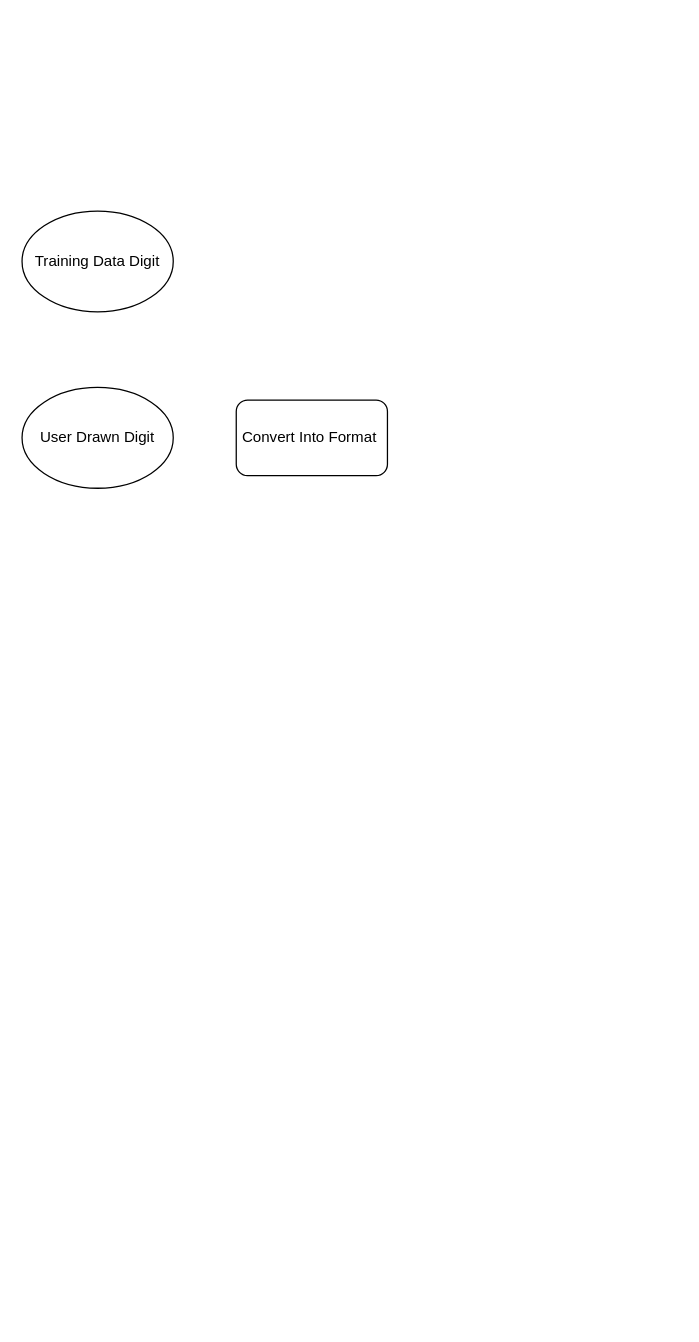
This is Untitled Diagram.drawio from MyutVoilim/Digit_Recognizer, a draw.io file, before an edit. Source tidied: cells renumbered, new cells numbered last; positions are measured from the earlier drawing's top-left corner, leaving out a move shared by most shapes. Both pictures are drawn from the tidied source at 126%, with x=0, y=0 at pixel (21, 210).
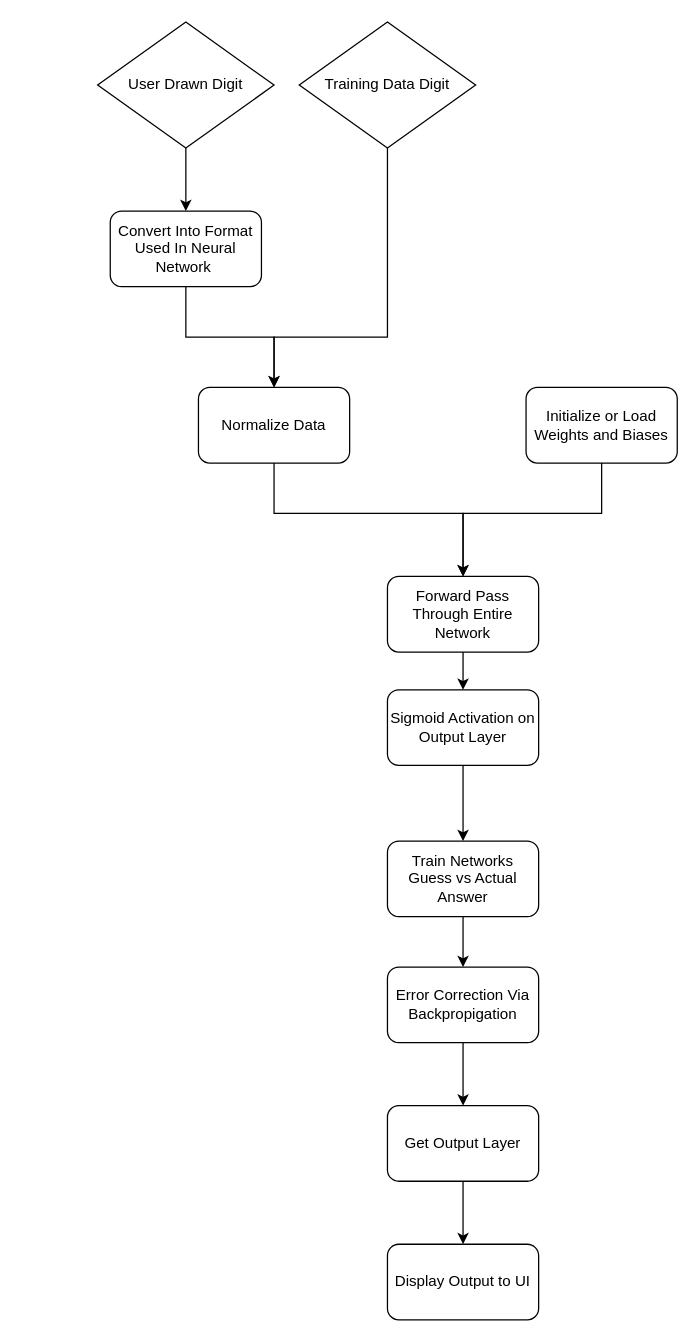
The same diagram, later.

Commit message:
Data Journey Diagram.drawio

Change to the diagram source:
```diff
@@
+    <mxCell id="4" value="Convert Into Format Used In Neural Network&amp;nbsp;" style="rounded=1;whiteSpace=wrap;html=1;" parent="1" vertex="1">
+      <mxGeometry x="70" width="120" height="60" as="geometry" />
+    </mxCell>
+    <mxCell id="3" value="User Drawn Digit" style="rhombus;whiteSpace=wrap;html=1;" parent="1" vertex="1">
+      <mxGeometry x="60" y="-150" width="140" height="100" as="geometry" />
+    </mxCell>
+    <mxCell id="5" style="edgeStyle=orthogonalEdgeStyle;rounded=0;jettySize=auto;html=1;" parent="1" edge="1" source="2" target="7">
+      <mxGeometry relative="1" as="geometry">
+        <Array as="points">
+          <mxPoint x="290" y="100" />
+          <mxPoint x="200" y="100" />
+        </Array>
+      </mxGeometry>
+    </mxCell>
-    <mxCell id="2" value="Training Data Digit" style="ellipse;whiteSpace=wrap;html=1;" parent="1" vertex="1">
-      <mxGeometry width="120" height="80" as="geometry" />
+    <mxCell id="2" value="Training Data Digit" style="rhombus;whiteSpace=wrap;html=1;" parent="1" vertex="1">
+      <mxGeometry x="220" y="-150" width="140" height="100" as="geometry" />
     </mxCell>
-    <mxCell id="3" value="User Drawn Digit" style="ellipse;whiteSpace=wrap;html=1;" parent="1" vertex="1">
-      <mxGeometry y="140" width="120" height="80" as="geometry" />
-    </mxCell>
-    <mxCell id="4" value="Convert Into Format&amp;nbsp;" style="rounded=1;whiteSpace=wrap;html=1;" parent="1" vertex="1">
-      <mxGeometry x="170" y="150" width="120" height="60" as="geometry" />
-    </mxCell>
+    <mxCell id="6" style="edgeStyle=orthogonalEdgeStyle;rounded=0;jettySize=auto;html=1;" parent="1" edge="1" source="7" target="9">
+      <mxGeometry relative="1" as="geometry">
+        <Array as="points">
+          <mxPoint x="200" y="240" />
+          <mxPoint x="350" y="240" />
+        </Array>
+      </mxGeometry>
+    </mxCell>
+    <mxCell id="7" value="Normalize Data" style="rounded=1;whiteSpace=wrap;html=1;" parent="1" vertex="1">
+      <mxGeometry x="140" y="140" width="120" height="60" as="geometry" />
+    </mxCell>
+    <mxCell id="8" style="edgeStyle=orthogonalEdgeStyle;rounded=0;jettySize=auto;html=1;" parent="1" edge="1" source="9" target="22">
+      <mxGeometry relative="1" as="geometry" />
+    </mxCell>
+    <mxCell id="9" value="Forward Pass Through Entire Network" style="whiteSpace=wrap;html=1;rounded=1;" parent="1" vertex="1">
+      <mxGeometry x="290" y="290" width="120" height="60" as="geometry" />
+    </mxCell>
+    <mxCell id="10" value="Initialize or Load Weights and Biases" style="rounded=1;whiteSpace=wrap;html=1;" parent="1" vertex="1">
+      <mxGeometry x="400" y="140" width="120" height="60" as="geometry" />
+    </mxCell>
+    <mxCell id="11" style="endArrow=classic;html=1;rounded=0;entryX=0.5;entryY=0;entryDx=0;entryDy=0;exitX=0.5;exitY=1;exitDx=0;exitDy=0;" parent="1" edge="1" source="10" target="9">
+      <mxGeometry relative="1" as="geometry">
+        <Array as="points">
+          <mxPoint x="460" y="240" />
+          <mxPoint x="350" y="240" />
+        </Array>
+      </mxGeometry>
+    </mxCell>
+    <mxCell id="12" value="Train Networks Guess vs Actual Answer" style="rounded=1;whiteSpace=wrap;html=1;" parent="1" vertex="1">
+      <mxGeometry x="290" y="500" width="120" height="60" as="geometry" />
+    </mxCell>
+    <mxCell id="13" value="Error Correction Via Backpropigation" style="rounded=1;whiteSpace=wrap;html=1;" parent="1" vertex="1">
+      <mxGeometry x="290" y="600" width="120" height="60" as="geometry" />
+    </mxCell>
+    <mxCell id="14" style="edgeStyle=orthogonalEdgeStyle;rounded=0;jettySize=auto;html=1;entryX=0.5;entryY=0;entryDx=0;entryDy=0;" parent="1" edge="1" source="15" target="16">
+      <mxGeometry relative="1" as="geometry" />
+    </mxCell>
+    <mxCell id="15" value="Get Output Layer" style="rounded=1;whiteSpace=wrap;html=1;" parent="1" vertex="1">
+      <mxGeometry x="290" y="710" width="120" height="60" as="geometry" />
+    </mxCell>
+    <mxCell id="16" value="Display Output to UI" style="rounded=1;whiteSpace=wrap;html=1;" parent="1" vertex="1">
+      <mxGeometry x="290" y="820" width="120" height="60" as="geometry" />
+    </mxCell>
+    <mxCell id="17" style="endArrow=classic;html=1;rounded=0;exitX=0.5;exitY=1;exitDx=0;exitDy=0;" parent="1" edge="1" source="12" target="13">
+      <mxGeometry relative="1" as="geometry" />
+    </mxCell>
+    <mxCell id="18" style="endArrow=classic;html=1;rounded=0;exitX=0.5;exitY=1;exitDx=0;exitDy=0;entryX=0.5;entryY=0;entryDx=0;entryDy=0;" parent="1" edge="1" source="13" target="15">
+      <mxGeometry relative="1" as="geometry" />
+    </mxCell>
+    <mxCell id="19" style="endArrow=classic;html=1;rounded=0;exitX=0.5;exitY=1;exitDx=0;exitDy=0;entryX=0.5;entryY=0;entryDx=0;entryDy=0;" parent="1" edge="1" source="3" target="4">
+      <mxGeometry relative="1" as="geometry" />
+    </mxCell>
+    <mxCell id="20" style="endArrow=classic;html=1;rounded=0;entryX=0.5;entryY=0;entryDx=0;entryDy=0;" parent="1" edge="1" source="4" target="7">
+      <mxGeometry relative="1" as="geometry">
+        <Array as="points">
+          <mxPoint x="130" y="100" />
+          <mxPoint x="200" y="100" />
+        </Array>
+      </mxGeometry>
+    </mxCell>
+    <mxCell id="21" style="edgeStyle=orthogonalEdgeStyle;rounded=0;jettySize=auto;html=1;" parent="1" edge="1" source="22" target="12">
+      <mxGeometry relative="1" as="geometry" />
+    </mxCell>
+    <mxCell id="22" value="Sigmoid Activation on Output Layer" style="rounded=1;whiteSpace=wrap;html=1;" parent="1" vertex="1">
+      <mxGeometry x="290" y="380" width="120" height="60" as="geometry" />
+    </mxCell>
```
